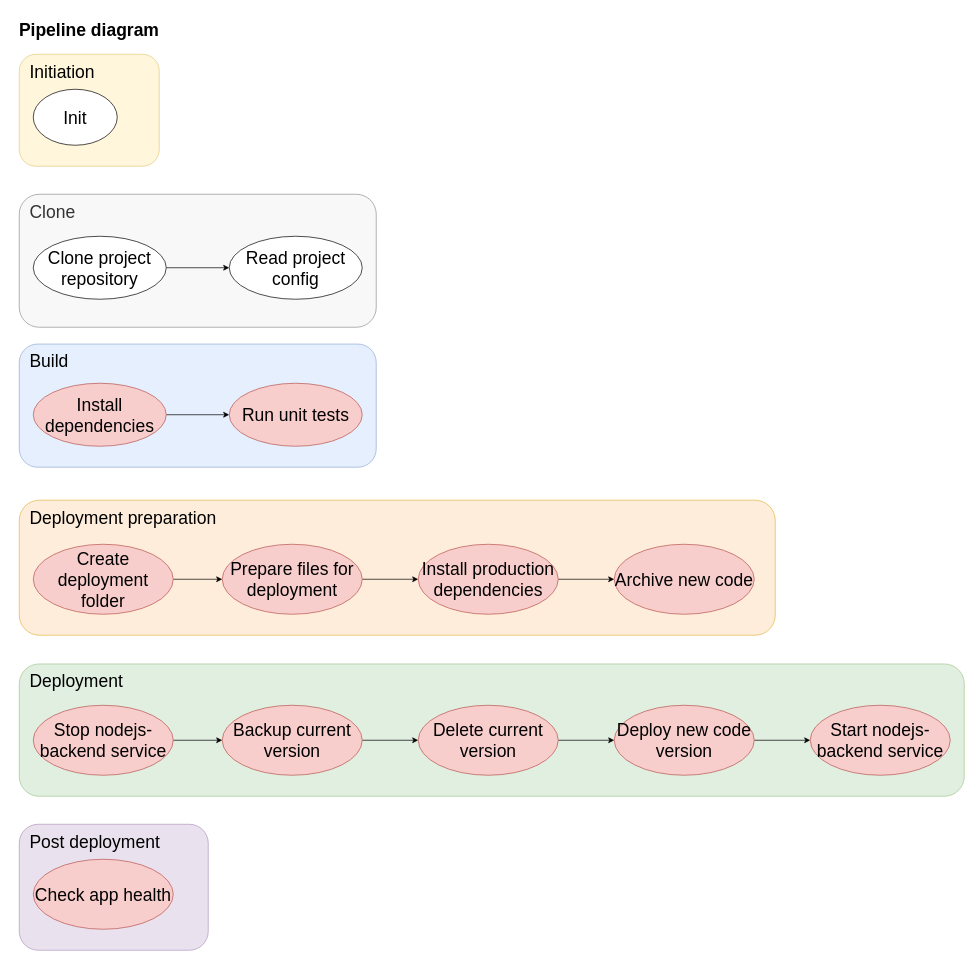
Above: diagrams/pipeline-diagram.drawio in DomnMihai/jenkins-pipeline-tutorial__configuration (draw.io), before the change. Source tidied: cells renumbered, new cells numbered last; positions are measured from the earlier drawing's top-left corner, leaving out a move shared by most shapes. Both pictures are drawn from the tidied source at 70%, with x=0, y=0 at pixel (12, 12).
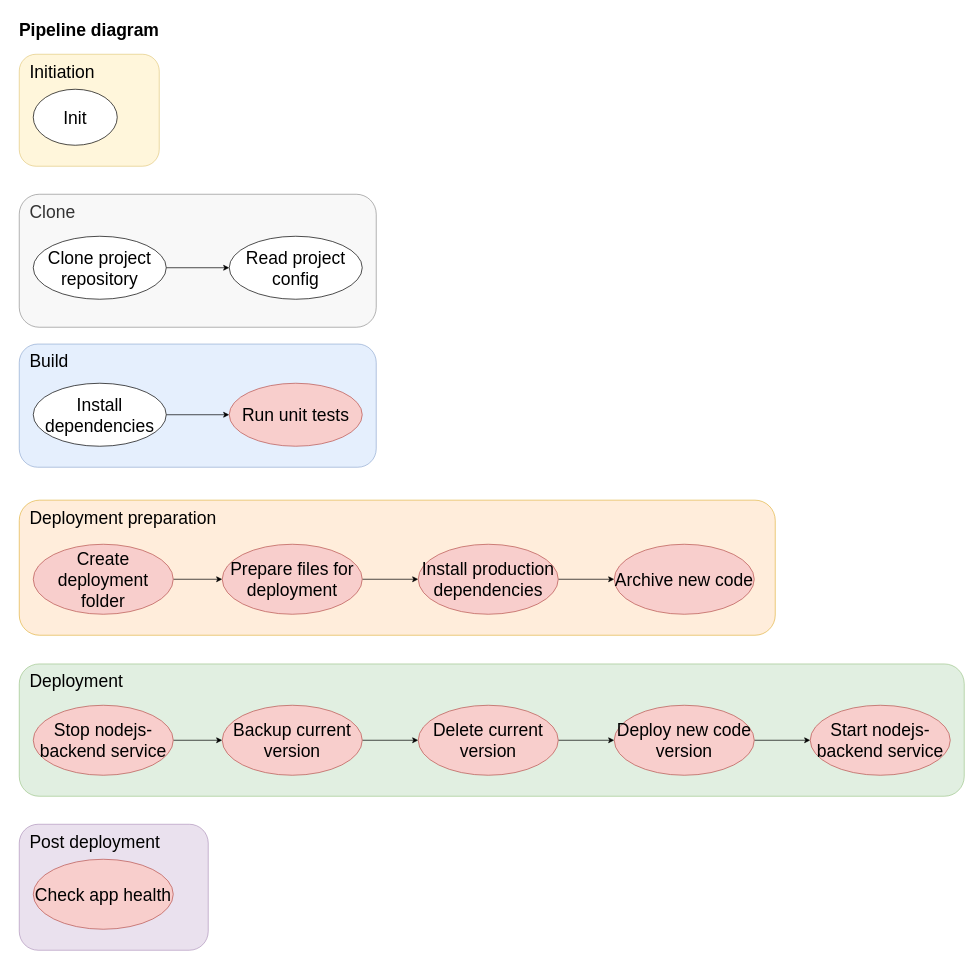
Above is the later version.

Commit message:
Updated diagram Install dependencies

The edit, as a diff of the source:
```diff
@@
-    <mxCell id="14" value="Install dependencies" style="ellipse;whiteSpace=wrap;html=1;fontSize=25;fillColor=#f8cecc;strokeColor=#b85450;" parent="1" vertex="1">
+    <mxCell id="14" value="Install dependencies" style="ellipse;whiteSpace=wrap;html=1;fontSize=25;" parent="1" vertex="1">
       <mxGeometry x="30" y="530" width="190" height="90" as="geometry" />
     </mxCell>
```
